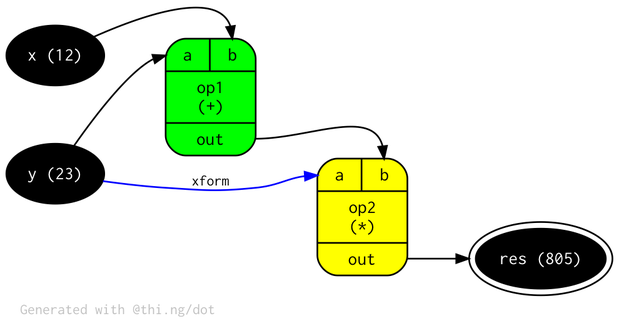
thi-ng/umbrella keeps this Graphviz diagram as assets/dot-example.png. Above is the earlier version. Its source is kept beside it as assets/dot-example.dot. The source it was exported from:
```dot
digraph g {
rankdir="LR";
dpi=192;
fontname="Inconsolata";
fontsize="9";
fontcolor="gray";
label="Generated with @thi.ng/dot";
labeljust="l";
labelloc="b";
node[style="filled", fontname="Inconsolata", fontsize="11"];
edge[arrowsize="0.75", fontname="Inconsolata", fontsize="9"];
"x"[color="black", fontcolor="white", label="x (12)"];
"y"[color="black", fontcolor="white", label="y (23)"];
"res"[color="black", fontcolor="white", label="res (805)", peripheries="2"];
"op1"[fillcolor="green", shape="Mrecord", label="{ <0> a | <1> b } | op1\n(+) | { <out> out }"];
"op2"[fillcolor="yellow", shape="Mrecord", label="{ <0> a | <1> b } | op2\n(*) | { <out> out }"];
"x" -> "op1":"1";
"y" -> "op1":"0";
"y" -> "op2":"0"[label="xform", color="blue"];
"op1":"out" -> "op2":"1";
"op2":"out" -> "res";
}
```
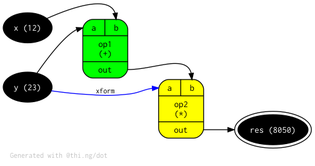
Above is the later version.

Commit message:
refactor(dot): replace NodeShape enum, minor other refactoring, add example

Change to the diagram source:
```diff
@@ -1,6 +1,5 @@
 digraph g {
 rankdir="LR";
-dpi=192;
 fontname="Inconsolata";
 fontsize="9";
 fontcolor="gray";
@@ -11,7 +10,7 @@
 edge[arrowsize="0.75", fontname="Inconsolata", fontsize="9"];
 "x"[color="black", fontcolor="white", label="x (12)"];
 "y"[color="black", fontcolor="white", label="y (23)"];
-"res"[color="black", fontcolor="white", label="res (805)", peripheries="2"];
+"res"[color="black", fontcolor="white", label="res (8050)", peripheries="2"];
 "op1"[fillcolor="green", shape="Mrecord", label="{ <0> a | <1> b } | op1\n(+) | { <out> out }"];
 "op2"[fillcolor="yellow", shape="Mrecord", label="{ <0> a | <1> b } | op2\n(*) | { <out> out }"];
 "x" -> "op1":"1";
```
